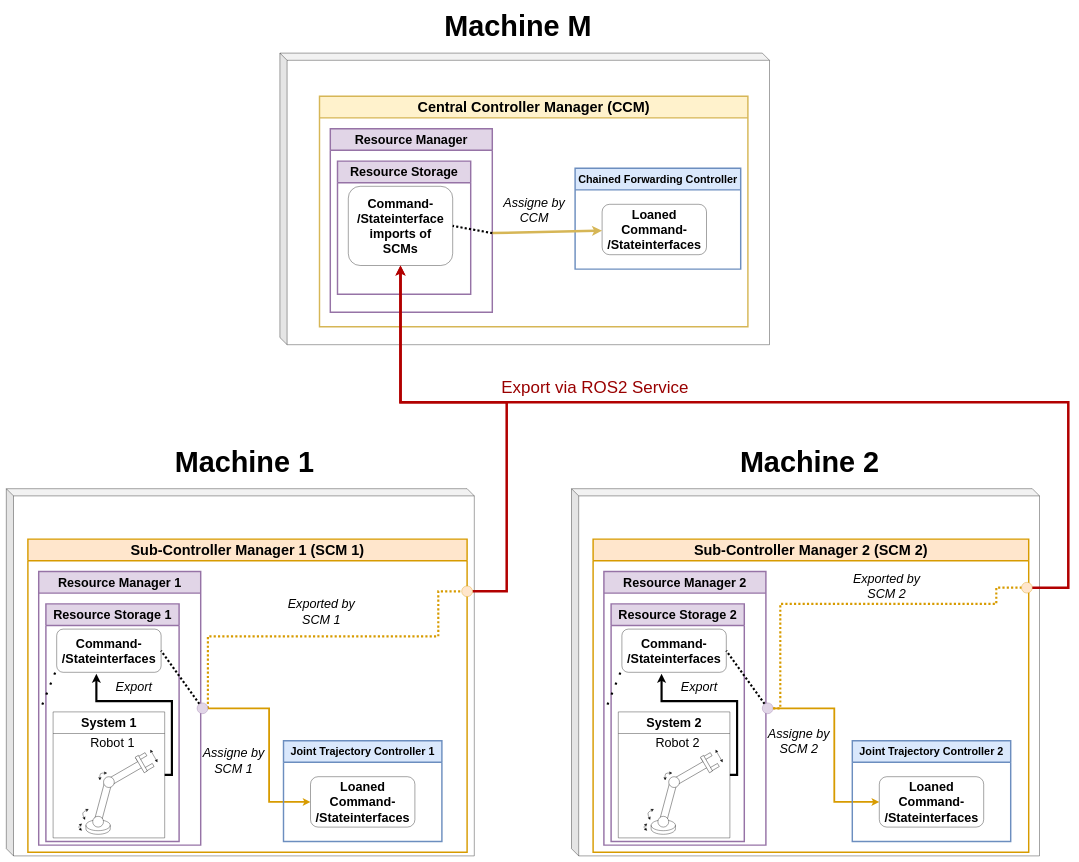
This is Figures/c6/test_scenario_2.drawio from mamueluth/master_arbeit, a draw.io file, before an edit. Source tidied: cells renumbered, new cells numbered last; positions are measured from the earlier drawing's top-left corner, leaving out a move shared by most shapes. Both pictures are drawn from the tidied source at 36%, with x=0, y=0 at pixel (6, 6).
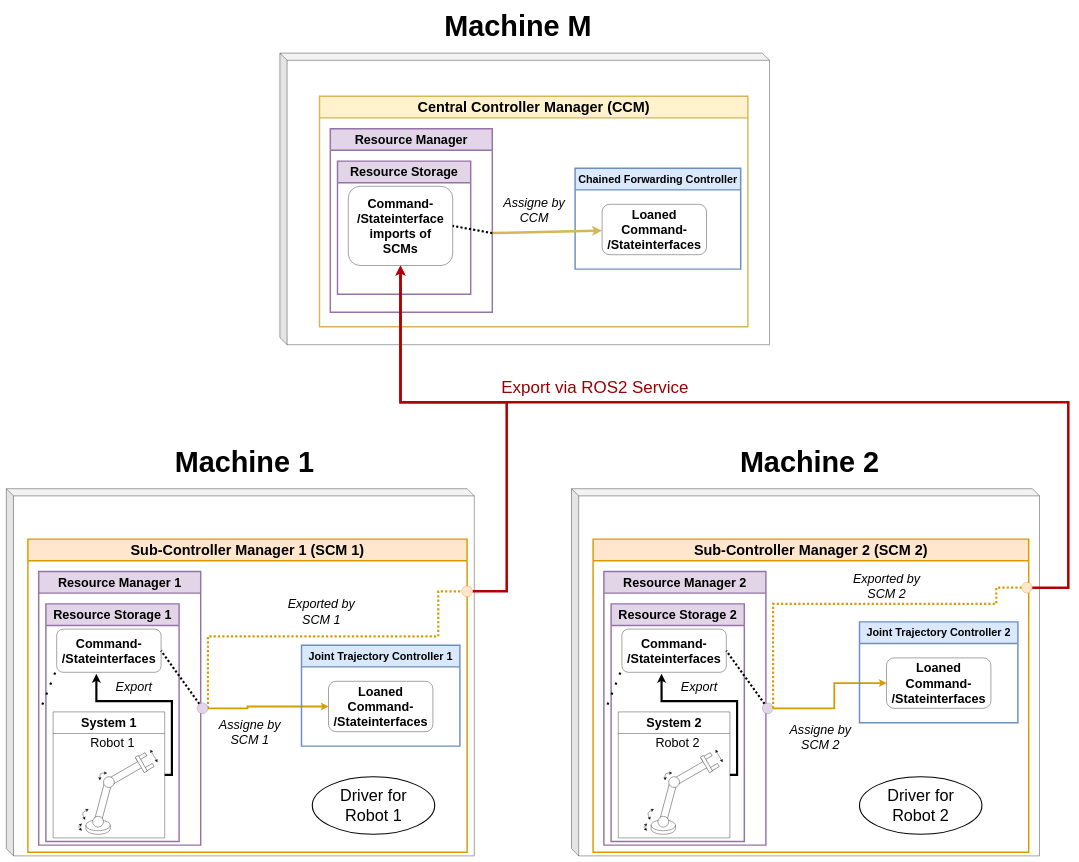
The same diagram, later.

Unchanged cells that the change refers to:
```xml
<mxCell id="8" value="&lt;font style=&quot;font-size: 35px;&quot;&gt;Resource Manager 1&lt;br&gt;&lt;/font&gt;" style="swimlane;whiteSpace=wrap;html=1;startSize=60;strokeWidth=4;fillColor=#e1d5e7;strokeColor=#9673a6;" parent="1" vertex="1">
  <mxGeometry x="90" y="1570" width="450" height="760" as="geometry" />
</mxCell>
<mxCell id="9" value="&lt;font style=&quot;font-size: 40px;&quot;&gt;Sub-Controller Manager 1 (SCM 1)&lt;br&gt;&lt;/font&gt;" style="swimlane;whiteSpace=wrap;html=1;startSize=60;strokeWidth=4;fillColor=#ffe6cc;strokeColor=#d79b00;" parent="1" vertex="1">
  <mxGeometry x="60" y="1480" width="1220" height="870" as="geometry" />
</mxCell>
<mxCell id="11" value="&lt;div&gt;&lt;b&gt;&lt;font style=&quot;font-size: 35px;&quot;&gt;Loaned Command-&lt;/font&gt;&lt;/b&gt;&lt;/div&gt;&lt;div&gt;&lt;b&gt;&lt;font style=&quot;font-size: 35px;&quot;&gt;/Stateinterfaces&lt;/font&gt;&lt;/b&gt;&lt;/div&gt;" style="rounded=1;whiteSpace=wrap;html=1;" parent="10" vertex="1">
  <mxGeometry x="75" y="100" width="290" height="140" as="geometry" />
</mxCell>
<mxCell id="52" value="&lt;font style=&quot;font-size: 40px;&quot;&gt;Sub-Controller Manager 2 (SCM 2)&lt;br&gt;&lt;/font&gt;" style="swimlane;whiteSpace=wrap;html=1;startSize=60;strokeWidth=4;fillColor=#ffe6cc;strokeColor=#d79b00;" parent="1" vertex="1">
  <mxGeometry x="1630" y="1480" width="1210" height="870" as="geometry" />
</mxCell>
<mxCell id="54" value="&lt;div&gt;&lt;b&gt;&lt;font style=&quot;font-size: 35px;&quot;&gt;Loaned Command-&lt;/font&gt;&lt;/b&gt;&lt;/div&gt;&lt;div&gt;&lt;b&gt;&lt;font style=&quot;font-size: 35px;&quot;&gt;/Stateinterfaces&lt;/font&gt;&lt;/b&gt;&lt;/div&gt;" style="rounded=1;whiteSpace=wrap;html=1;" parent="53" vertex="1">
  <mxGeometry x="75" y="100" width="290" height="140" as="geometry" />
</mxCell>
<mxCell id="73" style="ellipse;whiteSpace=wrap;html=1;fillColor=#ffe6cc;strokeColor=#d79b00;" parent="52" vertex="1">
  <mxGeometry x="1190" y="120" width="30" height="30" as="geometry" />
</mxCell>
<mxCell id="76" style="ellipse;whiteSpace=wrap;html=1;fillColor=#e1d5e7;strokeColor=#9673a6;" parent="1" vertex="1">
  <mxGeometry x="2100" y="1935" width="30" height="30" as="geometry" />
</mxCell>
```

The edit, as a diff of the source:
```diff
@@
     <mxCell id="6" style="rounded=0;jettySize=auto;html=1;strokeWidth=5;entryX=0;entryY=0.5;entryDx=0;entryDy=0;edgeStyle=orthogonalEdgeStyle;fillColor=#ffe6cc;strokeColor=#d79b00;" parent="1" edge="1" source="8" target="11">
       <mxGeometry relative="1" as="geometry">
         <Array as="points">
-          <mxPoint x="730" y="1950" />
-          <mxPoint x="730" y="2210" />
+          <mxPoint x="670" y="1950" />
+          <mxPoint x="670" y="1945" />
         </Array>
       </mxGeometry>
     </mxCell>
     <mxCell id="7" value="&lt;font style=&quot;font-size: 35px;&quot;&gt;&lt;i&gt;Assigne by&lt;br&gt;SCM 1&lt;br&gt;&lt;/i&gt;&lt;/font&gt;" style="edgeLabel;html=1;align=center;verticalAlign=middle;labelBackgroundColor=none;" parent="6" vertex="1">
       <mxGeometry x="0.15" y="6" relative="1" as="geometry">
-        <mxPoint x="-106" y="9" as="offset" />
+        <mxPoint x="-67" y="76" as="offset" />
       </mxGeometry>
     </mxCell>
@@
     <mxCell id="10" value="&lt;font style=&quot;font-size: 30px;&quot;&gt;Joint Trajectory Controller 1&lt;br&gt;&lt;/font&gt;" style="swimlane;whiteSpace=wrap;html=1;startSize=60;strokeWidth=4;fillColor=#dae8fc;strokeColor=#6c8ebf;" parent="9" vertex="1">
-      <mxGeometry x="710" y="560" width="440" height="280" as="geometry" />
+      <mxGeometry x="760" y="295" width="440" height="280" as="geometry" />
     </mxCell>
@@
     <mxCell id="49" style="rounded=0;jettySize=auto;html=1;strokeWidth=5;entryX=0;entryY=0.5;entryDx=0;entryDy=0;exitX=1;exitY=0.5;exitDx=0;exitDy=0;edgeStyle=orthogonalEdgeStyle;fillColor=#ffe6cc;strokeColor=#d79b00;" parent="1" edge="1" source="76" target="54">
       <mxGeometry relative="1" as="geometry">
         <Array as="points">
           <mxPoint x="2300" y="1950" />
-          <mxPoint x="2300" y="2210" />
+          <mxPoint x="2300" y="1880" />
         </Array>
       </mxGeometry>
     </mxCell>
     <mxCell id="50" value="&lt;font style=&quot;font-size: 35px;&quot;&gt;&lt;i&gt;Assigne by&lt;br&gt;SCM 2&lt;br&gt;&lt;/i&gt;&lt;/font&gt;" style="edgeLabel;html=1;align=center;verticalAlign=middle;labelBackgroundColor=none;" parent="49" vertex="1">
       <mxGeometry x="0.15" y="6" relative="1" as="geometry">
-        <mxPoint x="-106" y="-59" as="offset" />
+        <mxPoint x="-34" y="130" as="offset" />
       </mxGeometry>
     </mxCell>
@@
     <mxCell id="53" value="&lt;font style=&quot;font-size: 30px;&quot;&gt;Joint Trajectory Controller 2&lt;br&gt;&lt;/font&gt;" style="swimlane;whiteSpace=wrap;html=1;startSize=60;strokeWidth=4;fillColor=#dae8fc;strokeColor=#6c8ebf;" parent="52" vertex="1">
-      <mxGeometry x="720" y="560" width="440" height="280" as="geometry" />
+      <mxGeometry x="740" y="230" width="440" height="280" as="geometry" />
     </mxCell>
@@
     <mxCell id="77" style="rounded=0;jettySize=auto;html=1;entryX=0;entryY=0.5;entryDx=0;entryDy=0;dashed=1;dashPattern=1 1;strokeWidth=6;fillColor=#ffe6cc;strokeColor=#d79b00;endArrow=none;endFill=0;exitX=1;exitY=0.5;exitDx=0;exitDy=0;edgeStyle=orthogonalEdgeStyle;" parent="1" edge="1" source="76" target="73">
       <mxGeometry relative="1" as="geometry">
         <Array as="points">
-          <mxPoint x="2150" y="1950" />
-          <mxPoint x="2150" y="1660" />
+          <mxPoint x="2130" y="1660" />
           <mxPoint x="2750" y="1660" />
           <mxPoint x="2750" y="1615" />
         </Array>
       </mxGeometry>
     </mxCell>
@@
+    <mxCell id="82" value="&lt;font style=&quot;font-size: 45px;&quot;&gt;Driver for &lt;br&gt;Robot 1&lt;br&gt;&lt;/font&gt;" style="ellipse;whiteSpace=wrap;html=1;strokeWidth=3;fillColor=none;" parent="1" vertex="1">
+      <mxGeometry x="850" y="2140" width="340" height="160" as="geometry" />
+    </mxCell>
+    <mxCell id="83" value="&lt;font style=&quot;font-size: 45px;&quot;&gt;Driver for &lt;br&gt;Robot 2&lt;br&gt;&lt;/font&gt;" style="ellipse;whiteSpace=wrap;html=1;strokeWidth=3;fillColor=none;" parent="1" vertex="1">
+      <mxGeometry x="2370" y="2140" width="340" height="160" as="geometry" />
+    </mxCell>
```
